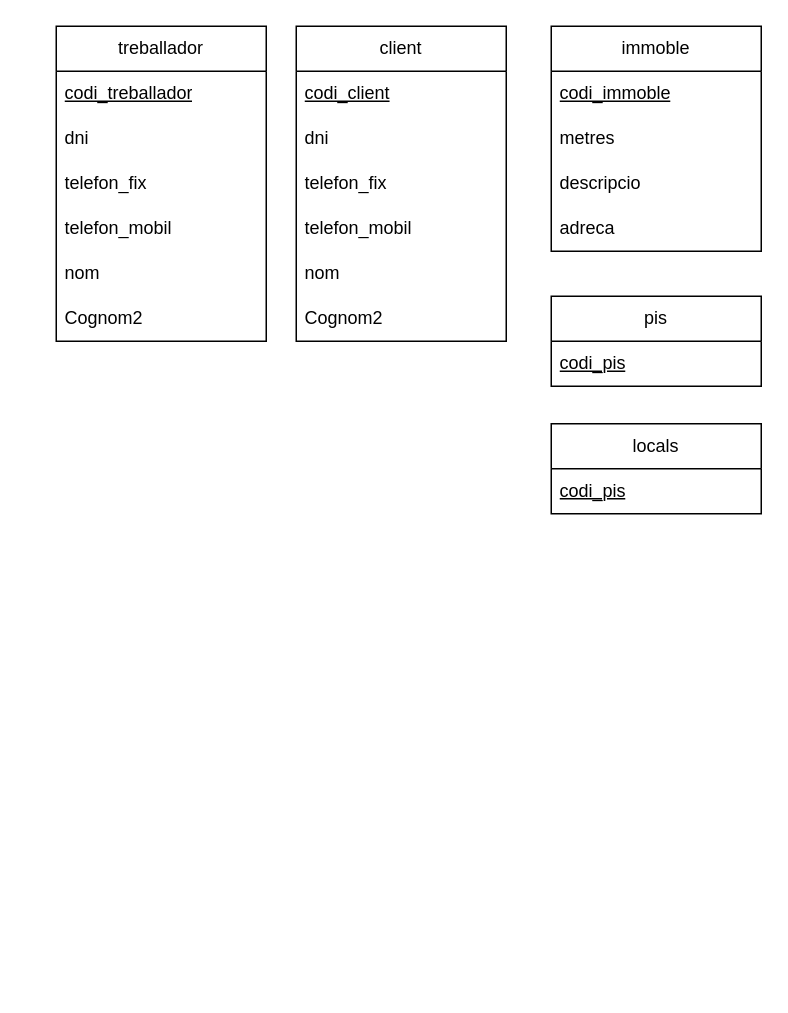
victor06-git/Progam_with_Victor keeps this draw.io diagram as practicas(2).drawio. Above is the earlier version. Source tidied: cells renumbered, new cells numbered last; positions are measured from the earlier drawing's top-left corner, leaving out a move shared by most shapes. Both pictures are drawn from the tidied source at 150%, with x=0, y=0 at pixel (56, 26).
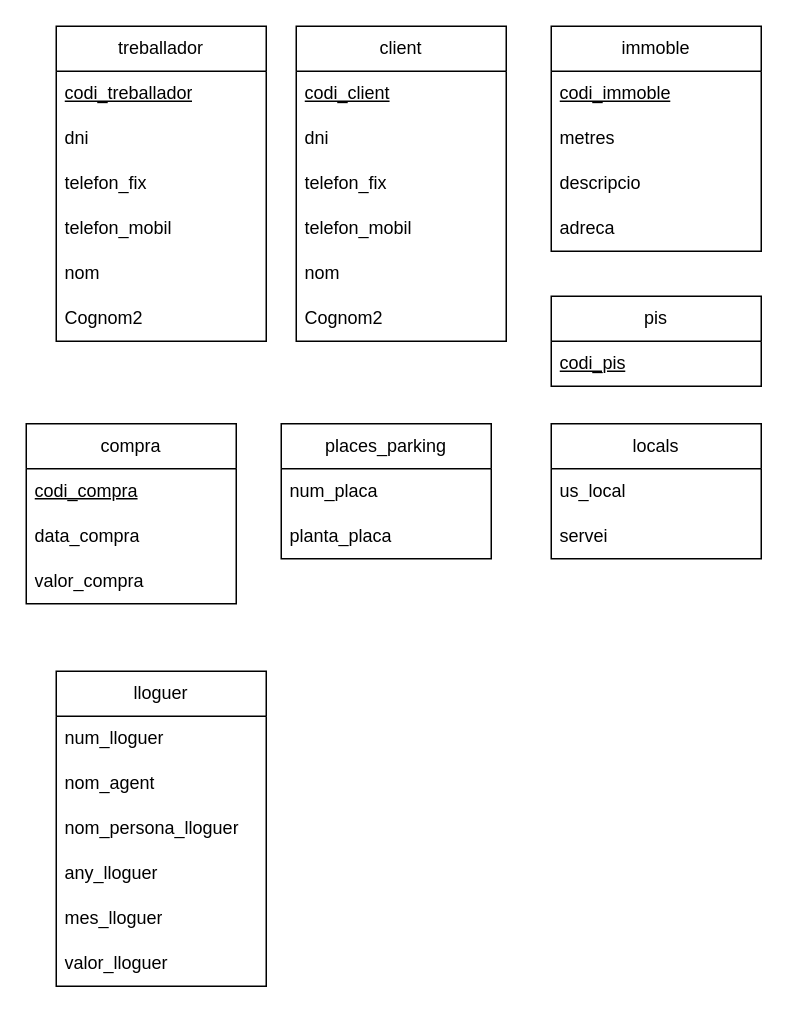
Above is the later version.

Change to the diagram source:
```diff
@@
     <mxCell id="23" value="locals" style="swimlane;fontStyle=0;horizontal=1;startSize=30;whiteSpace=wrap;html=1;" parent="1" vertex="1">
-      <mxGeometry x="330" y="265" width="140" height="60" as="geometry" />
+      <mxGeometry x="330" y="265" width="140" height="90" as="geometry" />
     </mxCell>
+    <mxCell id="25" value="us_local" style="text;strokeColor=none;fillColor=none;align=left;verticalAlign=middle;spacingLeft=4;spacingRight=4;overflow=hidden;whiteSpace=wrap;html=1;" parent="23" vertex="1">
+      <mxGeometry y="30" width="140" height="30" as="geometry" />
+    </mxCell>
-    <mxCell id="24" value="&lt;u&gt;codi_pis&lt;/u&gt;" style="text;strokeColor=none;fillColor=none;align=left;verticalAlign=middle;spacingLeft=4;spacingRight=4;overflow=hidden;whiteSpace=wrap;html=1;" parent="23" vertex="1">
-      <mxGeometry y="30" width="140" height="30" as="geometry" />
+    <mxCell id="24" value="servei" style="text;strokeColor=none;fillColor=none;align=left;verticalAlign=middle;spacingLeft=4;spacingRight=4;overflow=hidden;whiteSpace=wrap;html=1;" parent="23" vertex="1">
+      <mxGeometry y="60" width="140" height="30" as="geometry" />
     </mxCell>
+    <mxCell id="26" value="places_parking" style="swimlane;fontStyle=0;horizontal=1;startSize=30;whiteSpace=wrap;html=1;" parent="1" vertex="1">
+      <mxGeometry x="150" y="265" width="140" height="90" as="geometry" />
+    </mxCell>
+    <mxCell id="27" value="num_placa" style="text;strokeColor=none;fillColor=none;align=left;verticalAlign=middle;spacingLeft=4;spacingRight=4;overflow=hidden;whiteSpace=wrap;html=1;" parent="26" vertex="1">
+      <mxGeometry y="30" width="140" height="30" as="geometry" />
+    </mxCell>
+    <mxCell id="28" value="planta_placa" style="text;strokeColor=none;fillColor=none;align=left;verticalAlign=middle;spacingLeft=4;spacingRight=4;overflow=hidden;whiteSpace=wrap;html=1;" parent="26" vertex="1">
+      <mxGeometry y="60" width="140" height="30" as="geometry" />
+    </mxCell>
+    <mxCell id="29" value="compra" style="swimlane;fontStyle=0;horizontal=1;startSize=30;whiteSpace=wrap;html=1;" parent="1" vertex="1">
+      <mxGeometry x="-20" y="265" width="140" height="120" as="geometry" />
+    </mxCell>
+    <mxCell id="30" value="&lt;u&gt;codi_compra&lt;/u&gt;" style="text;strokeColor=none;fillColor=none;align=left;verticalAlign=middle;spacingLeft=4;spacingRight=4;overflow=hidden;whiteSpace=wrap;html=1;" parent="29" vertex="1">
+      <mxGeometry y="30" width="140" height="30" as="geometry" />
+    </mxCell>
+    <mxCell id="31" value="data_compra" style="text;strokeColor=none;fillColor=none;align=left;verticalAlign=middle;spacingLeft=4;spacingRight=4;overflow=hidden;whiteSpace=wrap;html=1;" parent="29" vertex="1">
+      <mxGeometry y="60" width="140" height="30" as="geometry" />
+    </mxCell>
+    <mxCell id="32" value="valor_compra" style="text;strokeColor=none;fillColor=none;align=left;verticalAlign=middle;spacingLeft=4;spacingRight=4;overflow=hidden;whiteSpace=wrap;html=1;" parent="29" vertex="1">
+      <mxGeometry y="90" width="140" height="30" as="geometry" />
+    </mxCell>
+    <mxCell id="33" value="lloguer" style="swimlane;fontStyle=0;horizontal=1;startSize=30;whiteSpace=wrap;html=1;" parent="1" vertex="1">
+      <mxGeometry y="430" width="140" height="210" as="geometry" />
+    </mxCell>
+    <mxCell id="34" value="num_lloguer" style="text;strokeColor=none;fillColor=none;align=left;verticalAlign=middle;spacingLeft=4;spacingRight=4;overflow=hidden;whiteSpace=wrap;html=1;" parent="33" vertex="1">
+      <mxGeometry y="30" width="140" height="30" as="geometry" />
+    </mxCell>
+    <mxCell id="35" value="nom_agent" style="text;strokeColor=none;fillColor=none;align=left;verticalAlign=middle;spacingLeft=4;spacingRight=4;overflow=hidden;whiteSpace=wrap;html=1;" parent="33" vertex="1">
+      <mxGeometry y="60" width="140" height="30" as="geometry" />
+    </mxCell>
+    <mxCell id="36" value="nom_persona_lloguer" style="text;strokeColor=none;fillColor=none;align=left;verticalAlign=middle;spacingLeft=4;spacingRight=4;overflow=hidden;whiteSpace=wrap;html=1;" parent="33" vertex="1">
+      <mxGeometry y="90" width="140" height="30" as="geometry" />
+    </mxCell>
+    <mxCell id="37" value="any_lloguer" style="text;strokeColor=none;fillColor=none;align=left;verticalAlign=middle;spacingLeft=4;spacingRight=4;overflow=hidden;whiteSpace=wrap;html=1;" parent="33" vertex="1">
+      <mxGeometry y="120" width="140" height="30" as="geometry" />
+    </mxCell>
+    <mxCell id="38" value="mes_lloguer" style="text;strokeColor=none;fillColor=none;align=left;verticalAlign=middle;spacingLeft=4;spacingRight=4;overflow=hidden;whiteSpace=wrap;html=1;" parent="33" vertex="1">
+      <mxGeometry y="150" width="140" height="30" as="geometry" />
+    </mxCell>
+    <mxCell id="39" value="valor_lloguer" style="text;strokeColor=none;fillColor=none;align=left;verticalAlign=middle;spacingLeft=4;spacingRight=4;overflow=hidden;whiteSpace=wrap;html=1;" parent="33" vertex="1">
+      <mxGeometry y="180" width="140" height="30" as="geometry" />
+    </mxCell>
```
